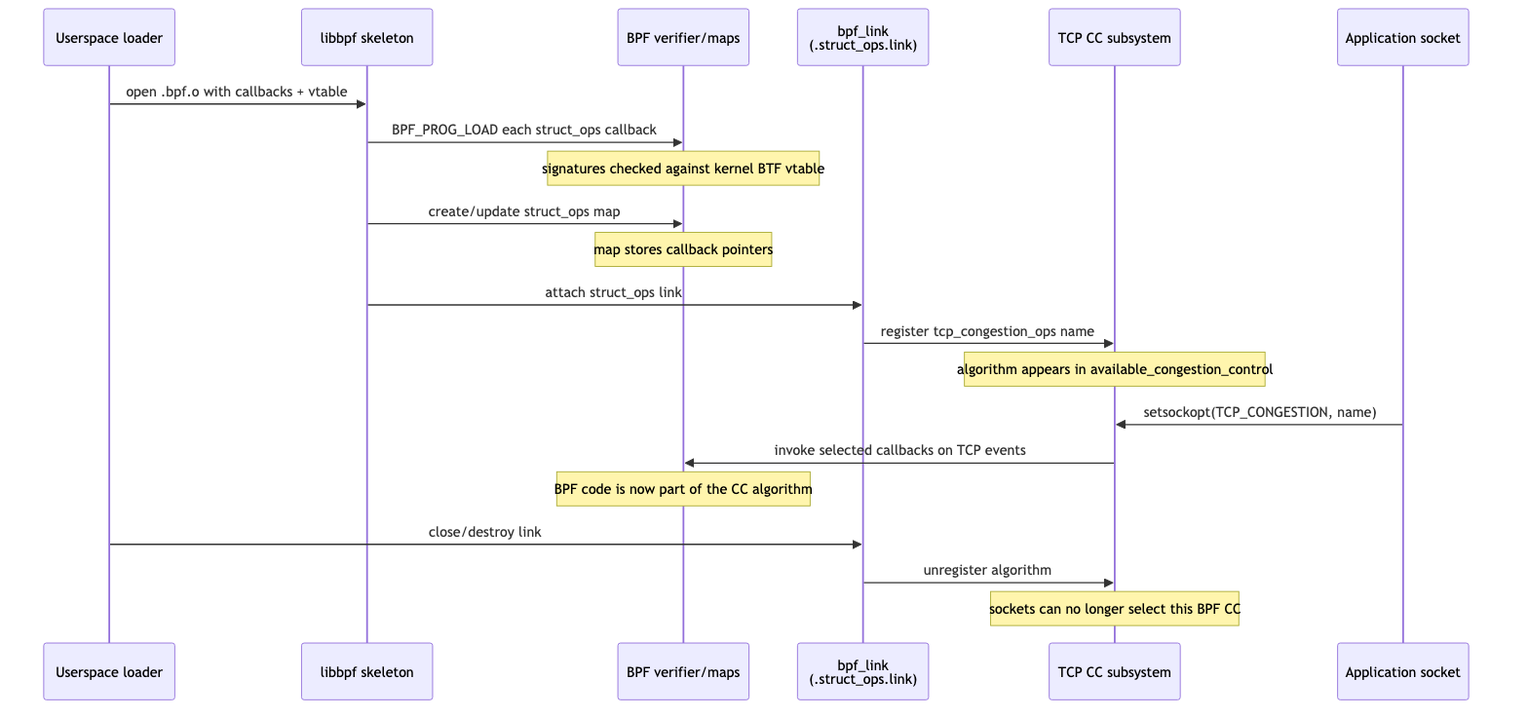
Above: ebpf/src/diagrams/day22_struct_ops_lifecycle.png in biefy/books (Mermaid), before the change. Its source is kept beside it as ebpf/src/diagrams/src/day22_struct_ops_lifecycle.mmd.
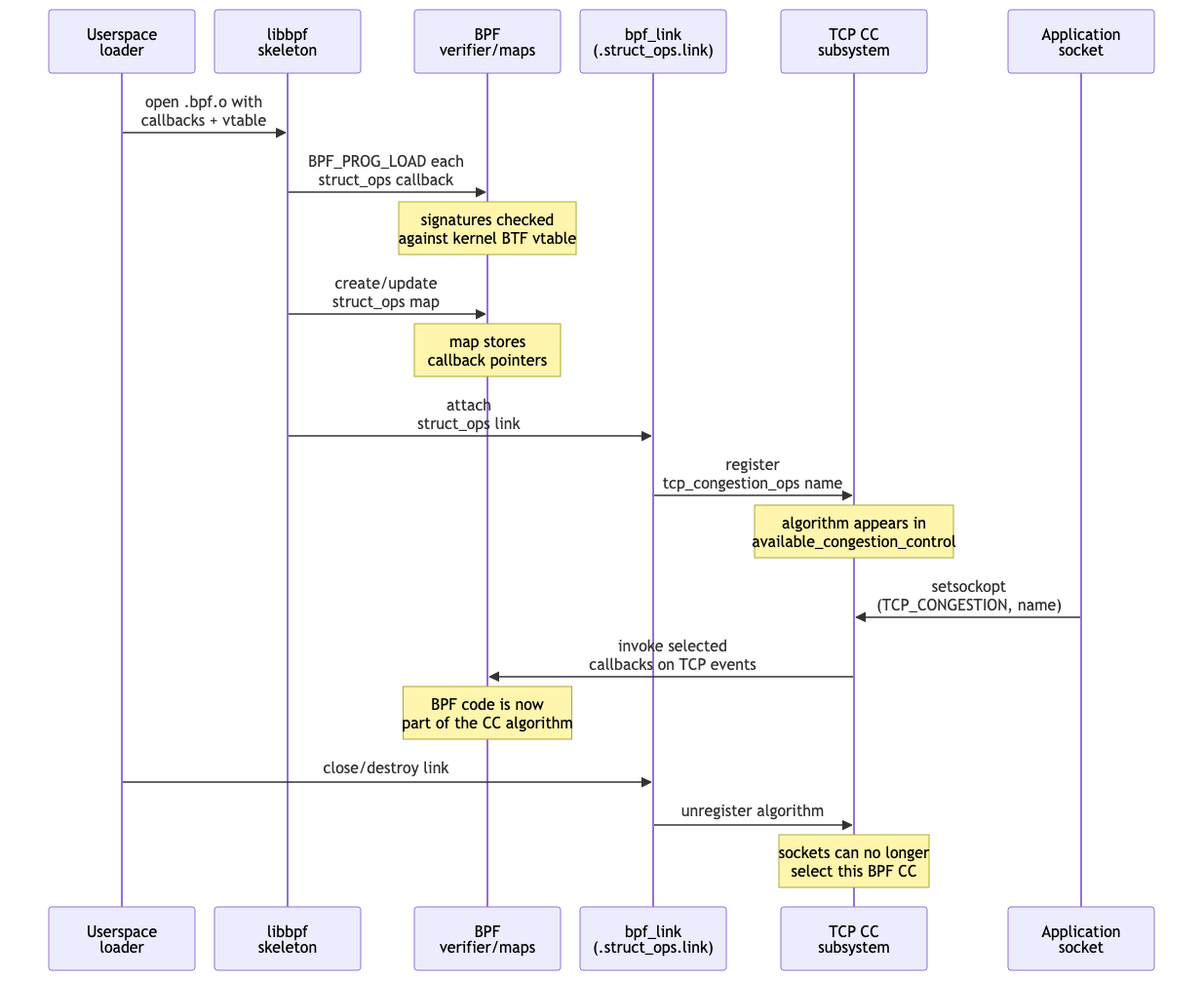
After the change.

Diff of the diagram source:
```diff
@@ -1,22 +1,23 @@
+%%{init: {"sequence": {"useMaxWidth": false, "actorMargin": 20, "noteMargin": 8}}}%%
 sequenceDiagram
-    participant US as Userspace loader
-    participant LIB as libbpf skeleton
-    participant BPF as BPF verifier/maps
+    participant US as Userspace<br/>loader
+    participant LIB as libbpf<br/>skeleton
+    participant BPF as BPF<br/>verifier/maps
     participant LNK as bpf_link<br/>(.struct_ops.link)
-    participant TCP as TCP CC subsystem
-    participant SK as Application socket
+    participant TCP as TCP CC<br/>subsystem
+    participant SK as Application<br/>socket
 
-    US->>LIB: open .bpf.o with callbacks + vtable
-    LIB->>BPF: BPF_PROG_LOAD each struct_ops callback
-    Note over BPF: signatures checked against kernel BTF vtable
-    LIB->>BPF: create/update struct_ops map
-    Note over BPF: map stores callback pointers
-    LIB->>LNK: attach struct_ops link
-    LNK->>TCP: register tcp_congestion_ops name
-    Note over TCP: algorithm appears in available_congestion_control
-    SK->>TCP: setsockopt(TCP_CONGESTION, name)
-    TCP->>BPF: invoke selected callbacks on TCP events
-    Note over BPF: BPF code is now part of the CC algorithm
+    US->>LIB: open .bpf.o with<br/>callbacks + vtable
+    LIB->>BPF: BPF_PROG_LOAD each<br/>struct_ops callback
+    Note over BPF: signatures checked<br/>against kernel BTF vtable
+    LIB->>BPF: create/update<br/>struct_ops map
+    Note over BPF: map stores<br/>callback pointers
+    LIB->>LNK: attach<br/>struct_ops link
+    LNK->>TCP: register<br/>tcp_congestion_ops name
+    Note over TCP: algorithm appears in<br/>available_congestion_control
+    SK->>TCP: setsockopt<br/>(TCP_CONGESTION, name)
+    TCP->>BPF: invoke selected<br/>callbacks on TCP events
+    Note over BPF: BPF code is now<br/>part of the CC algorithm
     US->>LNK: close/destroy link
     LNK->>TCP: unregister algorithm
-    Note over TCP: sockets can no longer select this BPF CC
+    Note over TCP: sockets can no longer<br/>select this BPF CC
```
